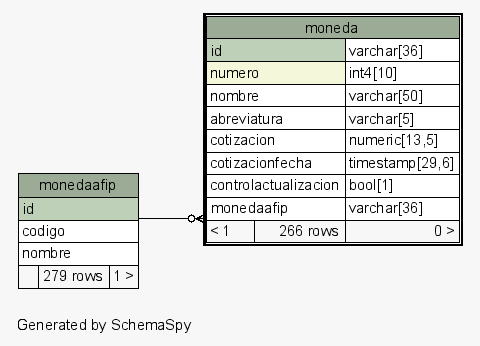
This is postgresql/schemaSpy/salida/diagrams/moneda.1degree.png from diegopablomansilla/massoftware_front, a Graphviz export, as it was before one commit. Its source is kept beside it as postgresql/schemaSpy/salida/diagrams/moneda.1degree.dot.
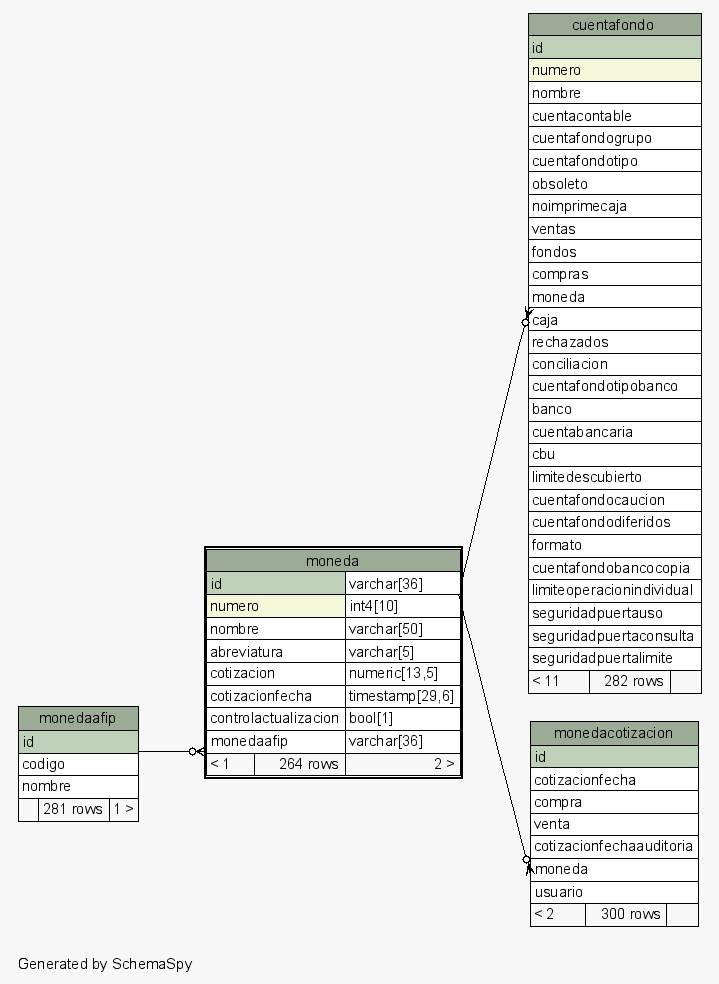
The same diagram one commit later.

What changed in the source:
```diff
@@ -17,7 +17,46 @@
   edge [
     arrowsize="0.8"
   ];
+  "cuentafondo":"moneda":sw -> "moneda":"id.type":se [arrowhead=none dir=back arrowtail=crowodot];
   "moneda":"monedaafip":sw -> "monedaafip":"id":se [arrowhead=none dir=back arrowtail=crowodot];
+  "monedacotizacion":"moneda":sw -> "moneda":"id.type":se [arrowhead=none dir=back arrowtail=crowodot];
+  "cuentafondo" [
+    label=<
+    <TABLE BORDER="0" CELLBORDER="1" CELLSPACING="0" BGCOLOR="#ffffff">
+      <TR><TD COLSPAN="3" BGCOLOR="#9bab96" ALIGN="CENTER">cuentafondo</TD></TR>
+      <TR><TD PORT="id" COLSPAN="3" BGCOLOR="#bed1b8" ALIGN="LEFT">id</TD></TR>
+      <TR><TD PORT="numero" COLSPAN="3" BGCOLOR="#f4f7da" ALIGN="LEFT">numero</TD></TR>
+      <TR><TD PORT="nombre" COLSPAN="3" ALIGN="LEFT">nombre</TD></TR>
+      <TR><TD PORT="cuentacontable" COLSPAN="3" ALIGN="LEFT">cuentacontable</TD></TR>
+      <TR><TD PORT="cuentafondogrupo" COLSPAN="3" ALIGN="LEFT">cuentafondogrupo</TD></TR>
+      <TR><TD PORT="cuentafondotipo" COLSPAN="3" ALIGN="LEFT">cuentafondotipo</TD></TR>
+      <TR><TD PORT="obsoleto" COLSPAN="3" ALIGN="LEFT">obsoleto</TD></TR>
+      <TR><TD PORT="noimprimecaja" COLSPAN="3" ALIGN="LEFT">noimprimecaja</TD></TR>
+      <TR><TD PORT="ventas" COLSPAN="3" ALIGN="LEFT">ventas</TD></TR>
+      <TR><TD PORT="fondos" COLSPAN="3" ALIGN="LEFT">fondos</TD></TR>
+      <TR><TD PORT="compras" COLSPAN="3" ALIGN="LEFT">compras</TD></TR>
+      <TR><TD PORT="moneda" COLSPAN="3" ALIGN="LEFT">moneda</TD></TR>
+      <TR><TD PORT="caja" COLSPAN="3" ALIGN="LEFT">caja</TD></TR>
+      <TR><TD PORT="rechazados" COLSPAN="3" ALIGN="LEFT">rechazados</TD></TR>
+      <TR><TD PORT="conciliacion" COLSPAN="3" ALIGN="LEFT">conciliacion</TD></TR>
+      <TR><TD PORT="cuentafondotipobanco" COLSPAN="3" ALIGN="LEFT">cuentafondotipobanco</TD></TR>
+      <TR><TD PORT="banco" COLSPAN="3" ALIGN="LEFT">banco</TD></TR>
+      <TR><TD PORT="cuentabancaria" COLSPAN="3" ALIGN="LEFT">cuentabancaria</TD></TR>
+      <TR><TD PORT="cbu" COLSPAN="3" ALIGN="LEFT">cbu</TD></TR>
+      <TR><TD PORT="limitedescubierto" COLSPAN="3" ALIGN="LEFT">limitedescubierto</TD></TR>
+      <TR><TD PORT="cuentafondocaucion" COLSPAN="3" ALIGN="LEFT">cuentafondocaucion</TD></TR>
+      <TR><TD PORT="cuentafondodiferidos" COLSPAN="3" ALIGN="LEFT">cuentafondodiferidos</TD></TR>
+      <TR><TD PORT="formato" COLSPAN="3" ALIGN="LEFT">formato</TD></TR>
+      <TR><TD PORT="cuentafondobancocopia" COLSPAN="3" ALIGN="LEFT">cuentafondobancocopia</TD></TR>
+      <TR><TD PORT="limiteoperacionindividual" COLSPAN="3" ALIGN="LEFT">limiteoperacionindividual</TD></TR>
+      <TR><TD PORT="seguridadpuertauso" COLSPAN="3" ALIGN="LEFT">seguridadpuertauso</TD></TR>
+      <TR><TD PORT="seguridadpuertaconsulta" COLSPAN="3" ALIGN="LEFT">seguridadpuertaconsulta</TD></TR>
+      <TR><TD PORT="seguridadpuertalimite" COLSPAN="3" ALIGN="LEFT">seguridadpuertalimite</TD></TR>
+      <TR><TD ALIGN="LEFT" BGCOLOR="#f7f7f7">&lt; 11</TD><TD ALIGN="RIGHT" BGCOLOR="#f7f7f7">282 rows</TD><TD ALIGN="RIGHT" BGCOLOR="#f7f7f7">  </TD></TR>
+    </TABLE>>
+    URL="cuentafondo.html"
+    tooltip="cuentafondo"
+  ];
   "moneda" [
     label=<
     <TABLE BORDER="2" CELLBORDER="1" CELLSPACING="0" BGCOLOR="#ffffff">
@@ -30,7 +69,7 @@
       <TR><TD PORT="cotizacionfecha" COLSPAN="2" ALIGN="LEFT">cotizacionfecha</TD><TD PORT="cotizacionfecha.type" ALIGN="LEFT">timestamp[29,6]</TD></TR>
       <TR><TD PORT="controlactualizacion" COLSPAN="2" ALIGN="LEFT">controlactualizacion</TD><TD PORT="controlactualizacion.type" ALIGN="LEFT">bool[1]</TD></TR>
       <TR><TD PORT="monedaafip" COLSPAN="2" ALIGN="LEFT">monedaafip</TD><TD PORT="monedaafip.type" ALIGN="LEFT">varchar[36]</TD></TR>
-      <TR><TD ALIGN="LEFT" BGCOLOR="#f7f7f7">&lt; 1</TD><TD ALIGN="RIGHT" BGCOLOR="#f7f7f7">266 rows</TD><TD ALIGN="RIGHT" BGCOLOR="#f7f7f7">0 &gt;</TD></TR>
+      <TR><TD ALIGN="LEFT" BGCOLOR="#f7f7f7">&lt; 1</TD><TD ALIGN="RIGHT" BGCOLOR="#f7f7f7">264 rows</TD><TD ALIGN="RIGHT" BGCOLOR="#f7f7f7">2 &gt;</TD></TR>
     </TABLE>>
     URL="moneda.html"
     tooltip="moneda"
@@ -42,9 +81,25 @@
       <TR><TD PORT="id" COLSPAN="3" BGCOLOR="#bed1b8" ALIGN="LEFT">id</TD></TR>
       <TR><TD PORT="codigo" COLSPAN="3" ALIGN="LEFT">codigo</TD></TR>
       <TR><TD PORT="nombre" COLSPAN="3" ALIGN="LEFT">nombre</TD></TR>
-      <TR><TD ALIGN="LEFT" BGCOLOR="#f7f7f7">  </TD><TD ALIGN="RIGHT" BGCOLOR="#f7f7f7">279 rows</TD><TD ALIGN="RIGHT" BGCOLOR="#f7f7f7">1 &gt;</TD></TR>
+      <TR><TD ALIGN="LEFT" BGCOLOR="#f7f7f7">  </TD><TD ALIGN="RIGHT" BGCOLOR="#f7f7f7">281 rows</TD><TD ALIGN="RIGHT" BGCOLOR="#f7f7f7">1 &gt;</TD></TR>
     </TABLE>>
     URL="monedaafip.html"
     tooltip="monedaafip"
   ];
+  "monedacotizacion" [
+    label=<
+    <TABLE BORDER="0" CELLBORDER="1" CELLSPACING="0" BGCOLOR="#ffffff">
+      <TR><TD COLSPAN="3" BGCOLOR="#9bab96" ALIGN="CENTER">monedacotizacion</TD></TR>
+      <TR><TD PORT="id" COLSPAN="3" BGCOLOR="#bed1b8" ALIGN="LEFT">id</TD></TR>
+      <TR><TD PORT="cotizacionfecha" COLSPAN="3" ALIGN="LEFT">cotizacionfecha</TD></TR>
+      <TR><TD PORT="compra" COLSPAN="3" ALIGN="LEFT">compra</TD></TR>
+      <TR><TD PORT="venta" COLSPAN="3" ALIGN="LEFT">venta</TD></TR>
+      <TR><TD PORT="cotizacionfechaauditoria" COLSPAN="3" ALIGN="LEFT">cotizacionfechaauditoria</TD></TR>
+      <TR><TD PORT="moneda" COLSPAN="3" ALIGN="LEFT">moneda</TD></TR>
+      <TR><TD PORT="usuario" COLSPAN="3" ALIGN="LEFT">usuario</TD></TR>
+      <TR><TD ALIGN="LEFT" BGCOLOR="#f7f7f7">&lt; 2</TD><TD ALIGN="RIGHT" BGCOLOR="#f7f7f7">300 rows</TD><TD ALIGN="RIGHT" BGCOLOR="#f7f7f7">  </TD></TR>
+    </TABLE>>
+    URL="monedacotizacion.html"
+    tooltip="monedacotizacion"
+  ];
 }
```
